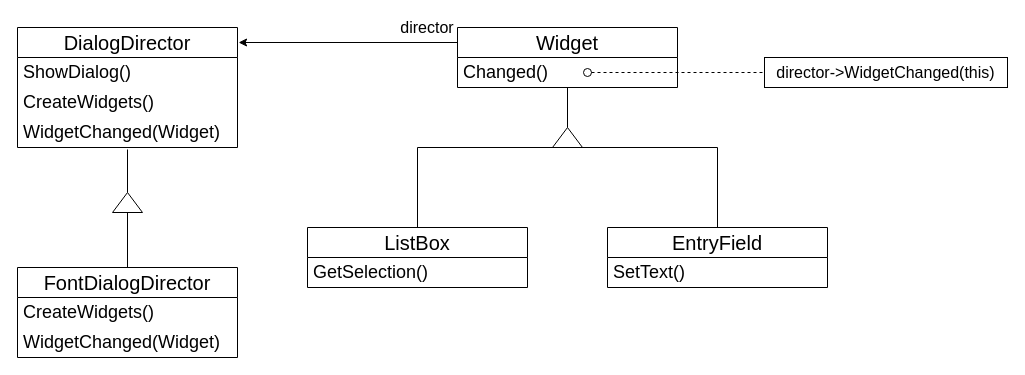
Earlier version of the draw.io diagram posts/imagens/mediator/estruturaExemploGof.drawio (20231-ifba-saj-ads-ppr/blog-material-aula). Source tidied: cells renumbered, new cells numbered last; positions are measured from the earlier drawing's top-left corner, leaving out a move shared by most shapes. Both pictures are drawn from the tidied source at 100%, with x=0, y=0 at pixel (17, 17).
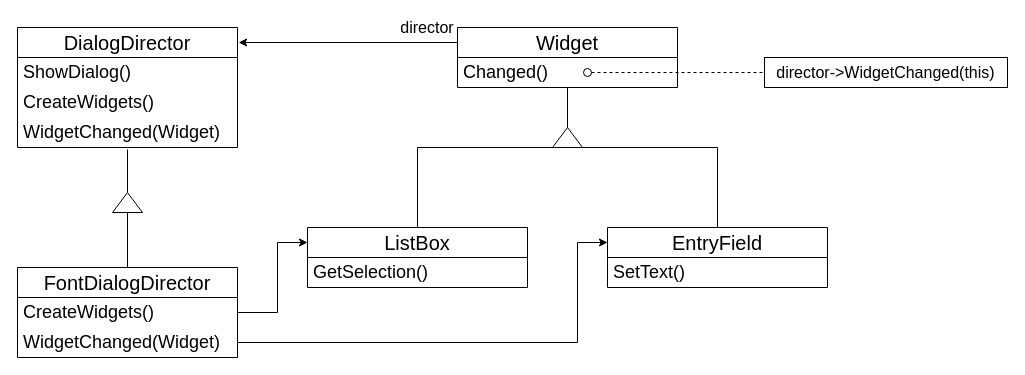
The same diagram, later.

The change refers to these unchanged cells:
```xml
<mxCell id="6" value="FontDialogDirector" style="swimlane;fontStyle=0;horizontal=1;startSize=30;whiteSpace=wrap;html=1;fontSize=20;" parent="1" vertex="1">
  <mxGeometry y="250" width="220" height="90" as="geometry" />
</mxCell>
<mxCell id="8" value="WidgetChanged(Widget)" style="text;strokeColor=none;fillColor=none;align=left;verticalAlign=middle;spacingLeft=4;spacingRight=4;overflow=hidden;points=[[0,0.5],[1,0.5]];portConstraint=eastwest;whiteSpace=wrap;html=1;fontSize=18;" parent="6" vertex="1">
  <mxGeometry y="60" width="220" height="30" as="geometry" />
</mxCell>
<mxCell id="12" value="ListBox" style="swimlane;fontStyle=0;horizontal=1;startSize=30;whiteSpace=wrap;html=1;fontSize=20;" parent="1" vertex="1">
  <mxGeometry x="290" y="210" width="220" height="60" as="geometry" />
</mxCell>
<mxCell id="14" value="EntryField" style="swimlane;fontStyle=0;horizontal=1;startSize=30;whiteSpace=wrap;html=1;fontSize=20;" parent="1" vertex="1">
  <mxGeometry x="590" y="210" width="220" height="60" as="geometry" />
</mxCell>
```

Change to the diagram source:
```diff
@@
+    <mxCell id="25" style="edgeStyle=none;rounded=0;html=1;entryX=0;entryY=0.25;entryDx=0;entryDy=0;" parent="1" edge="1" source="6" target="12">
+      <mxGeometry relative="1" as="geometry">
+        <Array as="points">
+          <mxPoint x="260" y="295" />
+          <mxPoint x="260" y="225" />
+        </Array>
+      </mxGeometry>
+    </mxCell>
@@
+    <mxCell id="26" style="edgeStyle=none;html=1;entryX=0;entryY=0.25;entryDx=0;entryDy=0;rounded=0;" parent="1" edge="1" source="8" target="14">
+      <mxGeometry relative="1" as="geometry">
+        <Array as="points">
+          <mxPoint x="560" y="325" />
+          <mxPoint x="560" y="225" />
+        </Array>
+      </mxGeometry>
+    </mxCell>
```
